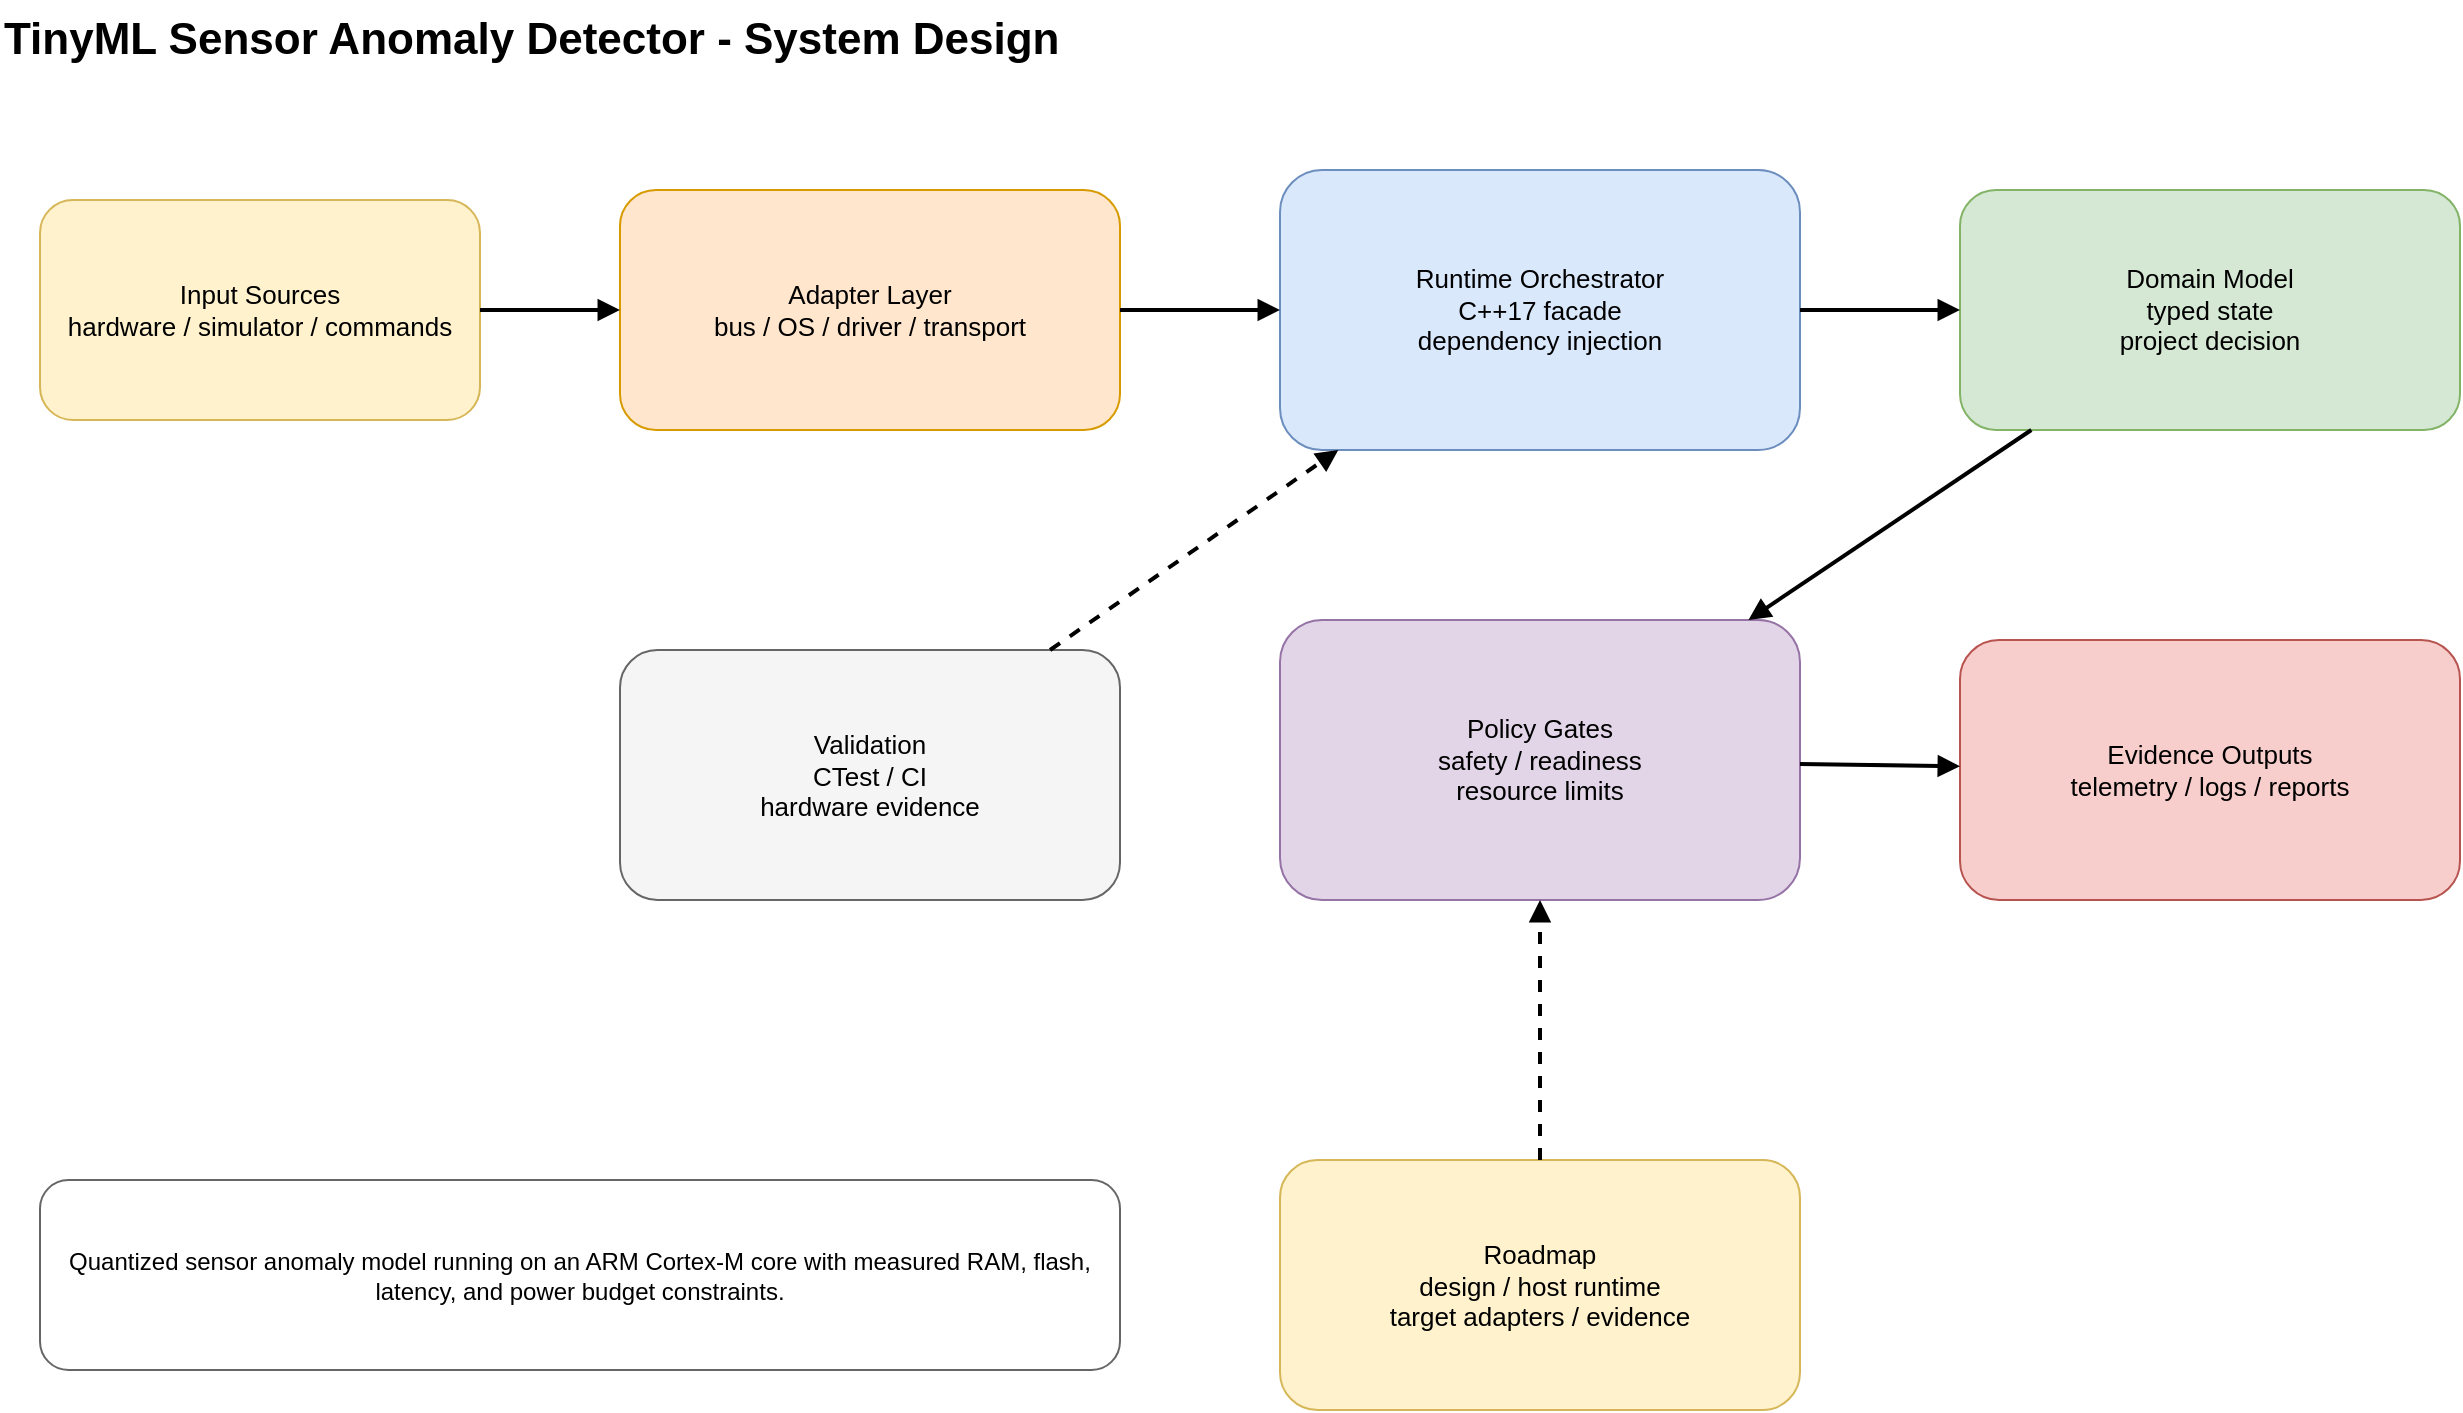
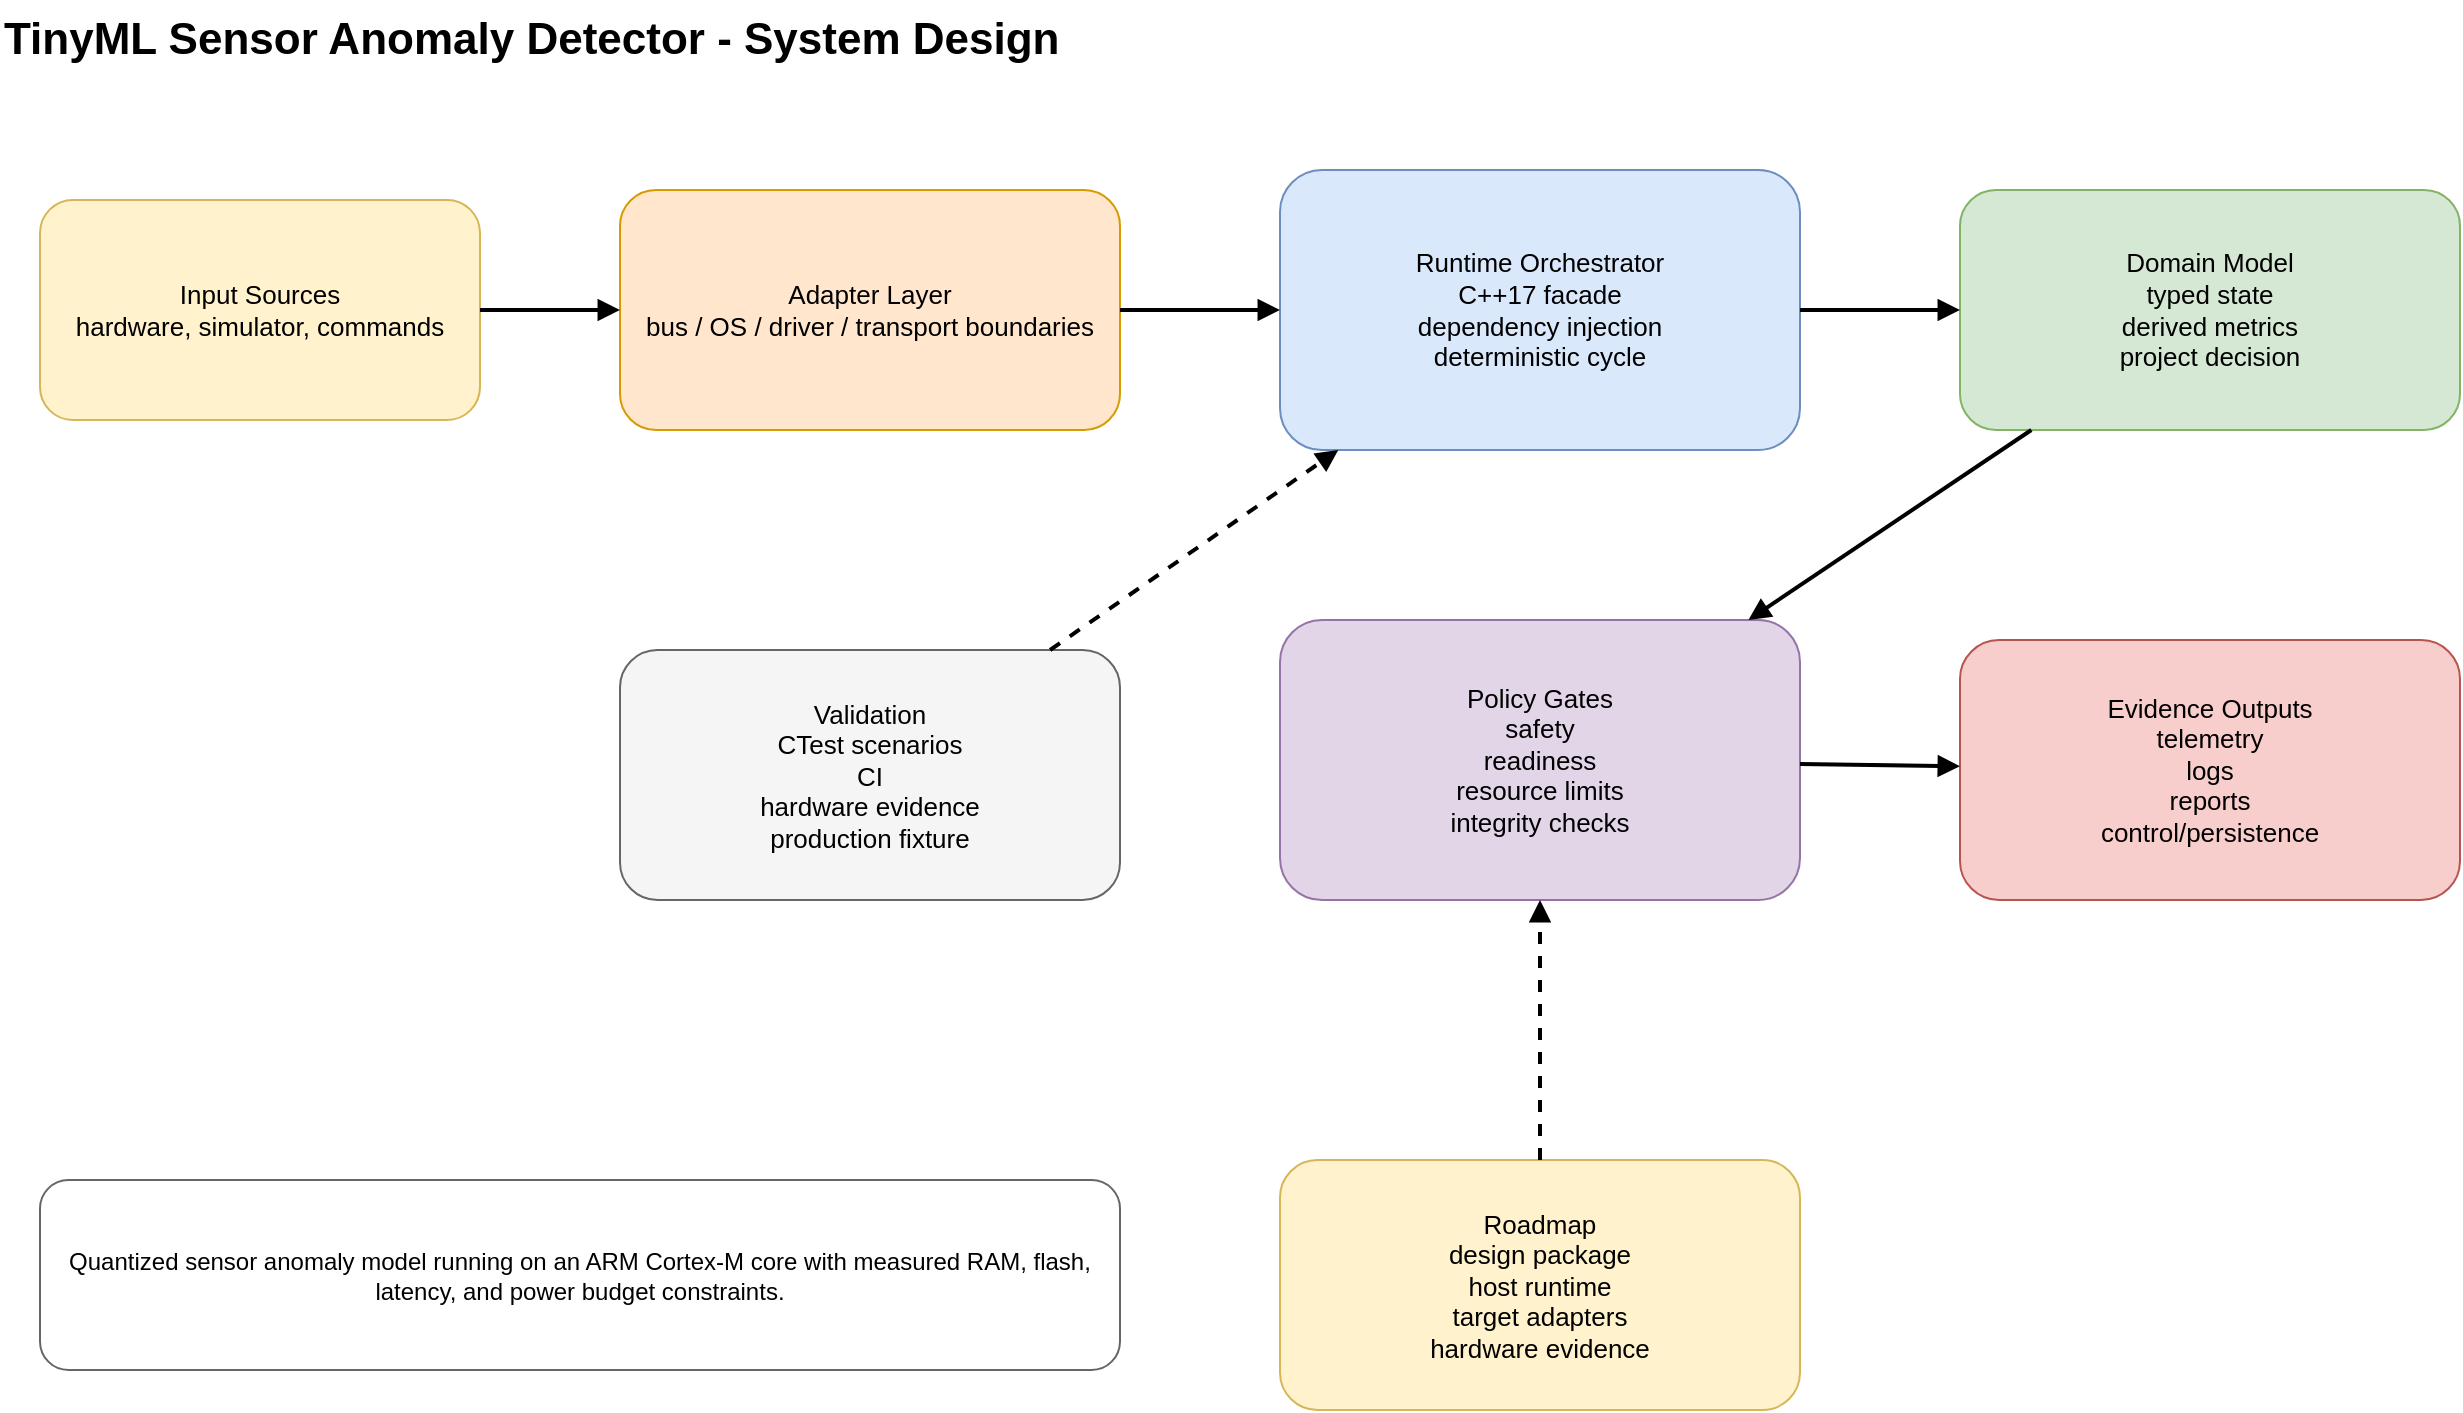
- <mxfile host="app.diagrams.net"><diagram id="tinyml-sensor-anomaly-detector-system-design" name="System Design"><mxGraphModel dx="1422" dy="794" grid="1" gridSize="10" guides="1" tooltips="1" connect="1" arrows="1" fold="1" page="1" pageScale="1" pageWidth="1400" pageHeight="900" math="0" shadow="0"><root><mxCell id="0"/><mxCell id="1" parent="0"/><mxCell id="title" value="TinyML Sensor Anomaly Detector - System Design" style="text;html=1;strokeColor=none;fillColor=none;fontSize=22;fontStyle=1" vertex="1" parent="1"><mxGeometry x="40" y="20" width="780" height="40" as="geometry"/></mxCell><mxCell id="input" value="Input Sources&#xa;hardware / simulator / commands" style="rounded=1;whiteSpace=wrap;html=1;fillColor=#fff2cc;strokeColor=#d6b656;fontSize=13" vertex="1" parent="1"><mxGeometry x="60" y="120" width="220" height="110" as="geometry"/></mxCell><mxCell id="adapter" value="Adapter Layer&#xa;bus / OS / driver / transport" style="rounded=1;whiteSpace=wrap;html=1;fillColor=#ffe6cc;strokeColor=#d79b00;fontSize=13" vertex="1" parent="1"><mxGeometry x="350" y="115" width="250" height="120" as="geometry"/></mxCell><mxCell id="runtime" value="Runtime Orchestrator&#xa;C++17 facade&#xa;dependency injection" style="rounded=1;whiteSpace=wrap;html=1;fillColor=#dae8fc;strokeColor=#6c8ebf;fontSize=13" vertex="1" parent="1"><mxGeometry x="680" y="105" width="260" height="140" as="geometry"/></mxCell><mxCell id="domain" value="Domain Model&#xa;typed state&#xa;project decision" style="rounded=1;whiteSpace=wrap;html=1;fillColor=#d5e8d4;strokeColor=#82b366;fontSize=13" vertex="1" parent="1"><mxGeometry x="1020" y="115" width="250" height="120" as="geometry"/></mxCell><mxCell id="policy" value="Policy Gates&#xa;safety / readiness&#xa;resource limits" style="rounded=1;whiteSpace=wrap;html=1;fillColor=#e1d5e7;strokeColor=#9673a6;fontSize=13" vertex="1" parent="1"><mxGeometry x="680" y="330" width="260" height="140" as="geometry"/></mxCell><mxCell id="output" value="Evidence Outputs&#xa;telemetry / logs / reports" style="rounded=1;whiteSpace=wrap;html=1;fillColor=#f8cecc;strokeColor=#b85450;fontSize=13" vertex="1" parent="1"><mxGeometry x="1020" y="340" width="250" height="130" as="geometry"/></mxCell><mxCell id="tests" value="Validation&#xa;CTest / CI&#xa;hardware evidence" style="rounded=1;whiteSpace=wrap;html=1;fillColor=#f5f5f5;strokeColor=#666666;fontSize=13" vertex="1" parent="1"><mxGeometry x="350" y="345" width="250" height="125" as="geometry"/></mxCell><mxCell id="summary" value="Quantized sensor anomaly model running on an ARM Cortex-M core with measured RAM, flash, latency, and power budget constraints." style="rounded=1;whiteSpace=wrap;html=1;fillColor=#ffffff;strokeColor=#666666;fontSize=12" vertex="1" parent="1"><mxGeometry x="60" y="610" width="540" height="95" as="geometry"/></mxCell><mxCell id="roadmap" value="Roadmap&#xa;design / host runtime&#xa;target adapters / evidence" style="rounded=1;whiteSpace=wrap;html=1;fillColor=#fff2cc;strokeColor=#d6b656;fontSize=13" vertex="1" parent="1"><mxGeometry x="680" y="600" width="260" height="125" as="geometry"/></mxCell><mxCell id="e1" style="endArrow=block;html=1;rounded=0;strokeWidth=2" edge="1" parent="1" source="input" target="adapter"><mxGeometry relative="1" as="geometry"/></mxCell><mxCell id="e2" style="endArrow=block;html=1;rounded=0;strokeWidth=2" edge="1" parent="1" source="adapter" target="runtime"><mxGeometry relative="1" as="geometry"/></mxCell><mxCell id="e3" style="endArrow=block;html=1;rounded=0;strokeWidth=2" edge="1" parent="1" source="runtime" target="domain"><mxGeometry relative="1" as="geometry"/></mxCell><mxCell id="e4" style="endArrow=block;html=1;rounded=0;strokeWidth=2" edge="1" parent="1" source="domain" target="policy"><mxGeometry relative="1" as="geometry"/></mxCell><mxCell id="e5" style="endArrow=block;html=1;rounded=0;strokeWidth=2" edge="1" parent="1" source="policy" target="output"><mxGeometry relative="1" as="geometry"/></mxCell><mxCell id="e6" style="endArrow=block;html=1;rounded=0;strokeWidth=2;dashed=1" edge="1" parent="1" source="tests" target="runtime"><mxGeometry relative="1" as="geometry"/></mxCell><mxCell id="e7" style="endArrow=block;html=1;rounded=0;strokeWidth=2;dashed=1" edge="1" parent="1" source="roadmap" target="policy"><mxGeometry relative="1" as="geometry"/></mxCell></root></mxGraphModel></diagram></mxfile>
+ <mxfile host="app.diagrams.net">
+   <diagram id="tinyml-sensor-anomaly-detector-design" name="System Design">
+     <mxGraphModel dx="1422" dy="794" grid="1" gridSize="10" guides="1" tooltips="1" connect="1" arrows="1" fold="1" page="1" pageScale="1" pageWidth="1400" pageHeight="900" math="0" shadow="0">
+       <root>
+         <mxCell id="0"/>
+         <mxCell id="1" parent="0"/>
+         <mxCell id="title" value="TinyML Sensor Anomaly Detector - System Design" style="text;html=1;strokeColor=none;fillColor=none;fontSize=22;fontStyle=1" vertex="1" parent="1"><mxGeometry x="40" y="20" width="760" height="40" as="geometry"/></mxCell>
+         <mxCell id="input" value="Input Sources&#xa;hardware, simulator, commands" style="rounded=1;whiteSpace=wrap;html=1;fillColor=#fff2cc;strokeColor=#d6b656;fontSize=13" vertex="1" parent="1"><mxGeometry x="60" y="120" width="220" height="110" as="geometry"/></mxCell>
+         <mxCell id="adapter" value="Adapter Layer&#xa;bus / OS / driver / transport boundaries" style="rounded=1;whiteSpace=wrap;html=1;fillColor=#ffe6cc;strokeColor=#d79b00;fontSize=13" vertex="1" parent="1"><mxGeometry x="350" y="115" width="250" height="120" as="geometry"/></mxCell>
+         <mxCell id="runtime" value="Runtime Orchestrator&#xa;C++17 facade&#xa;dependency injection&#xa;deterministic cycle" style="rounded=1;whiteSpace=wrap;html=1;fillColor=#dae8fc;strokeColor=#6c8ebf;fontSize=13" vertex="1" parent="1"><mxGeometry x="680" y="105" width="260" height="140" as="geometry"/></mxCell>
+         <mxCell id="domain" value="Domain Model&#xa;typed state&#xa;derived metrics&#xa;project decision" style="rounded=1;whiteSpace=wrap;html=1;fillColor=#d5e8d4;strokeColor=#82b366;fontSize=13" vertex="1" parent="1"><mxGeometry x="1020" y="115" width="250" height="120" as="geometry"/></mxCell>
+         <mxCell id="policy" value="Policy Gates&#xa;safety&#xa;readiness&#xa;resource limits&#xa;integrity checks" style="rounded=1;whiteSpace=wrap;html=1;fillColor=#e1d5e7;strokeColor=#9673a6;fontSize=13" vertex="1" parent="1"><mxGeometry x="680" y="330" width="260" height="140" as="geometry"/></mxCell>
+         <mxCell id="output" value="Evidence Outputs&#xa;telemetry&#xa;logs&#xa;reports&#xa;control/persistence" style="rounded=1;whiteSpace=wrap;html=1;fillColor=#f8cecc;strokeColor=#b85450;fontSize=13" vertex="1" parent="1"><mxGeometry x="1020" y="340" width="250" height="130" as="geometry"/></mxCell>
+         <mxCell id="tests" value="Validation&#xa;CTest scenarios&#xa;CI&#xa;hardware evidence&#xa;production fixture" style="rounded=1;whiteSpace=wrap;html=1;fillColor=#f5f5f5;strokeColor=#666666;fontSize=13" vertex="1" parent="1"><mxGeometry x="350" y="345" width="250" height="125" as="geometry"/></mxCell>
+         <mxCell id="roadmap" value="Roadmap&#xa;design package&#xa;host runtime&#xa;target adapters&#xa;hardware evidence" style="rounded=1;whiteSpace=wrap;html=1;fillColor=#fff2cc;strokeColor=#d6b656;fontSize=13" vertex="1" parent="1"><mxGeometry x="680" y="600" width="260" height="125" as="geometry"/></mxCell>
+         <mxCell id="summary" value="Quantized sensor anomaly model running on an ARM Cortex-M core with measured RAM, flash, latency, and power budget constraints." style="rounded=1;whiteSpace=wrap;html=1;fillColor=#ffffff;strokeColor=#666666;fontSize=12" vertex="1" parent="1"><mxGeometry x="60" y="610" width="540" height="95" as="geometry"/></mxCell>
+         <mxCell id="e1" style="endArrow=block;html=1;rounded=0;strokeWidth=2" edge="1" parent="1" source="input" target="adapter"><mxGeometry relative="1" as="geometry"/></mxCell>
+         <mxCell id="e2" style="endArrow=block;html=1;rounded=0;strokeWidth=2" edge="1" parent="1" source="adapter" target="runtime"><mxGeometry relative="1" as="geometry"/></mxCell>
+         <mxCell id="e3" style="endArrow=block;html=1;rounded=0;strokeWidth=2" edge="1" parent="1" source="runtime" target="domain"><mxGeometry relative="1" as="geometry"/></mxCell>
+         <mxCell id="e4" style="endArrow=block;html=1;rounded=0;strokeWidth=2" edge="1" parent="1" source="domain" target="policy"><mxGeometry relative="1" as="geometry"/></mxCell>
+         <mxCell id="e5" style="endArrow=block;html=1;rounded=0;strokeWidth=2" edge="1" parent="1" source="policy" target="output"><mxGeometry relative="1" as="geometry"/></mxCell>
+         <mxCell id="e6" style="endArrow=block;html=1;rounded=0;strokeWidth=2;dashed=1" edge="1" parent="1" source="tests" target="runtime"><mxGeometry relative="1" as="geometry"/></mxCell>
+         <mxCell id="e7" style="endArrow=block;html=1;rounded=0;strokeWidth=2;dashed=1" edge="1" parent="1" source="roadmap" target="policy"><mxGeometry relative="1" as="geometry"/></mxCell>
+       </root>
+     </mxGraphModel>
+   </diagram>
+ </mxfile>
